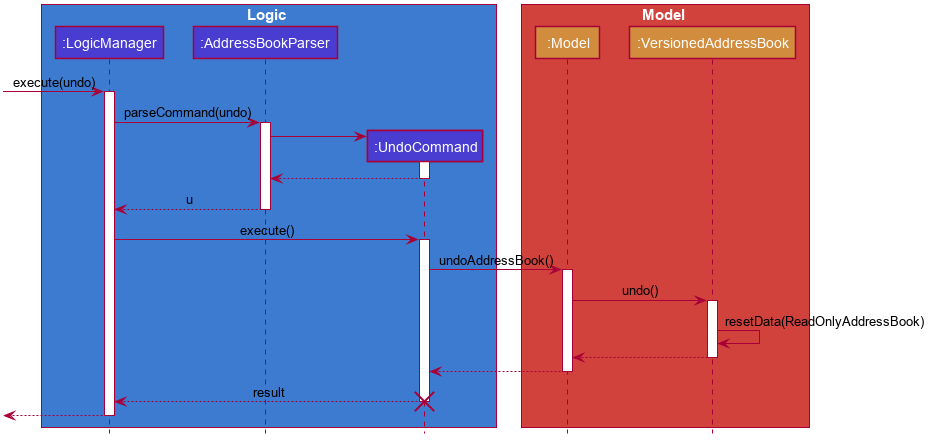
Above: docs/images/undo-sequence-diagram.png in se-edu/addressbook-level4 (PlantUML), before the change. The source it was exported from:
```plantuml
@startuml








skinparam BackgroundColor #FFFFFFF

skinparam Shadowing false

skinparam Class {
    FontColor White
    BorderThickness 0
    BorderColor #FFFFFF
}

skinparam Actor {
    BorderColor #000000
    Color #000000
}


skinparam Sequence {
    MessageAlign center
    BoxFontSize 15
    BoxPadding 0
    BoxFontColor #FFFFFF
}


skinparam Participant {
    FontColor #FFFFFFF
    Padding 20
}

skinparam MinClassWidth 50
skinparam ParticipantPadding 10
skinparam Shadowing false
skinparam DefaultTextAlignment center

hide footbox
hide members

box Logic #3D7BD1
participant ":LogicManager" as LogicManager #493DD1
participant ":AddressBookParser" as AddressBookParser #493DD1
participant ":UndoCommand" as UndoCommand #493DD1
end box

box Model #D1423D
participant ":Model" as Model #D18C3D
participant ":VersionedAddressBook" as VersionedAddressBook #D18C3D
end box
[-> LogicManager : execute(undo)
activate LogicManager

LogicManager -> AddressBookParser : parseCommand(undo)
activate AddressBookParser

create UndoCommand
AddressBookParser -> UndoCommand
activate UndoCommand

UndoCommand --> AddressBookParser
deactivate UndoCommand

AddressBookParser --> LogicManager : u
deactivate AddressBookParser

LogicManager -> UndoCommand : execute()
activate UndoCommand

UndoCommand -> Model : undoAddressBook()
activate Model

Model -> VersionedAddressBook : undo()
activate VersionedAddressBook

VersionedAddressBook -> VersionedAddressBook :resetData(ReadOnlyAddressBook)
VersionedAddressBook --> Model :
deactivate VersionedAddressBook

Model --> UndoCommand
deactivate Model

UndoCommand --> LogicManager : result
destroy UndoCommand


[<--LogicManager
deactivate LogicManager

hide footbox
@enduml
```
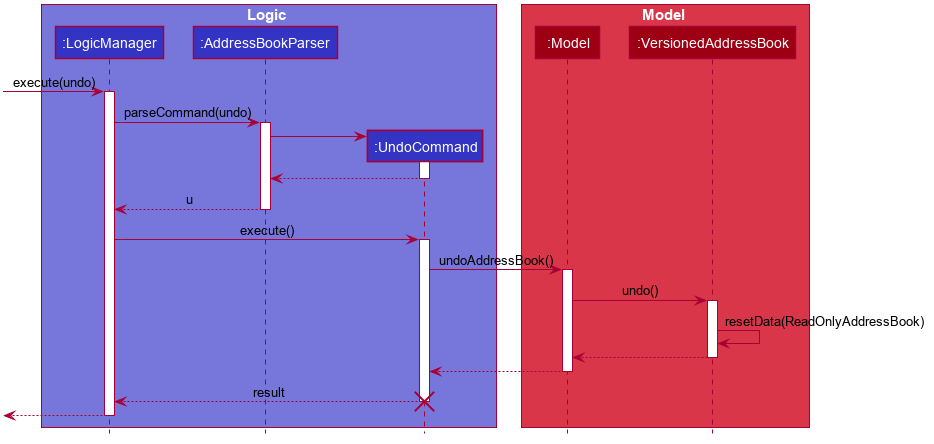
The same diagram one commit later.

Change to the diagram source:
```diff
@@ -12,9 +12,10 @@
 skinparam Shadowing false
 
 skinparam Class {
-    FontColor White
-    BorderThickness 0
+    FontColor #FFFFFF
+    BorderThickness 1
     BorderColor #FFFFFF
+    StereotypeFontColor #FFFFFF
 }
 
 skinparam Actor {
@@ -22,14 +23,12 @@
     Color #000000
 }
 
-
 skinparam Sequence {
     MessageAlign center
     BoxFontSize 15
     BoxPadding 0
     BoxFontColor #FFFFFF
 }
-
 
 skinparam Participant {
     FontColor #FFFFFFF
@@ -40,19 +39,21 @@
 skinparam ParticipantPadding 10
 skinparam Shadowing false
 skinparam DefaultTextAlignment center
+skinparam packageStyle Rectangle
 
 hide footbox
 hide members
+hide circle
 
-box Logic #3D7BD1
-participant ":LogicManager" as LogicManager #493DD1
-participant ":AddressBookParser" as AddressBookParser #493DD1
-participant ":UndoCommand" as UndoCommand #493DD1
+box Logic #7777DB
+participant ":LogicManager" as LogicManager #3333C4
+participant ":AddressBookParser" as AddressBookParser #3333C4
+participant ":UndoCommand" as UndoCommand #3333C4
 end box
 
-box Model #D1423D
-participant ":Model" as Model #D18C3D
-participant ":VersionedAddressBook" as VersionedAddressBook #D18C3D
+box Model #D93649
+participant ":Model" as Model #9D0012
+participant ":VersionedAddressBook" as VersionedAddressBook #9D0012
 end box
 [-> LogicManager : execute(undo)
 activate LogicManager
```
